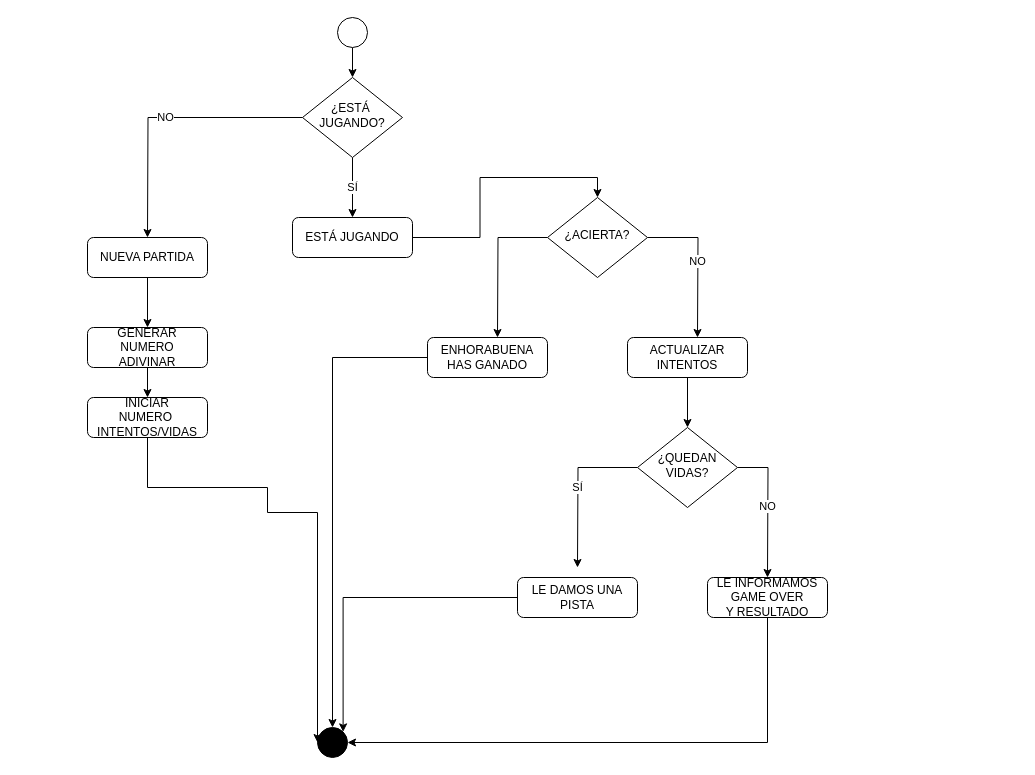
Earlier version of the draw.io diagram proyectoprofe1/DOCU/DIAGRAMA ACTIVIDAD ADIVINA NUM SESSION.drawio (Valexx55/repoclasejava). Source tidied: cells renumbered, new cells numbered last; positions are measured from the earlier drawing's top-left corner, leaving out a move shared by most shapes. Both pictures are drawn from the tidied source at 100%, with x=0, y=0 at pixel (87, 17).
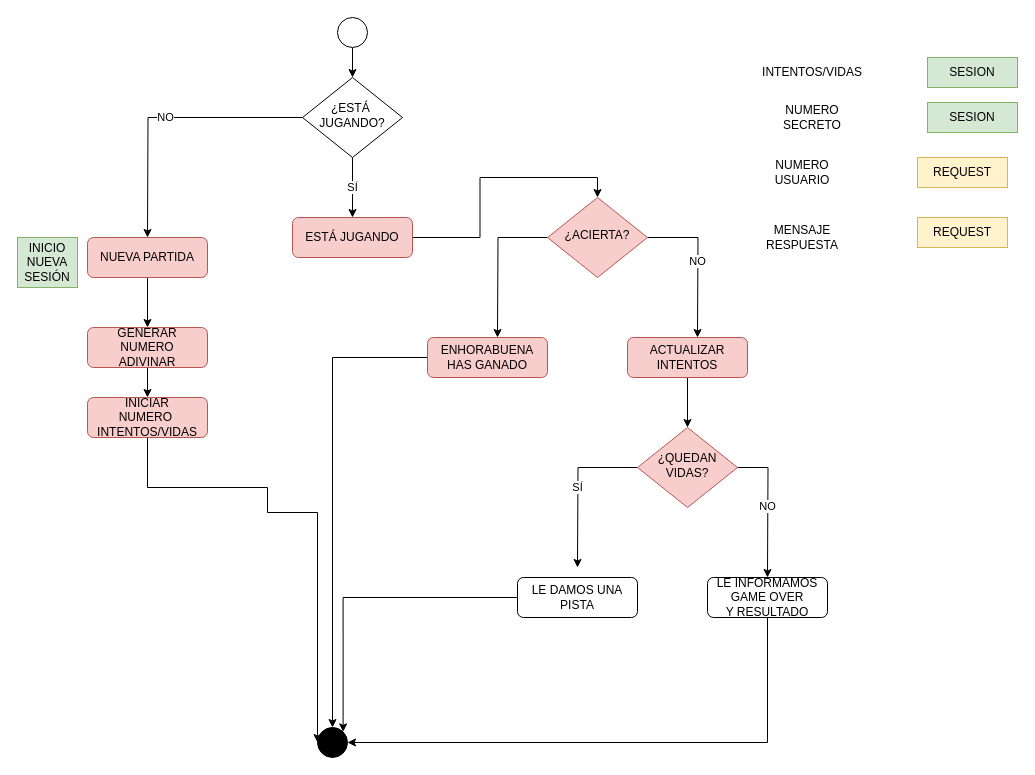
After the change.

Commit message (it also covers changes not shown here):
juego Adivina

The edit, as a diff of the source:
```diff
@@
-    <mxCell id="9" value="NUEVA PARTIDA" style="rounded=1;whiteSpace=wrap;html=1;fontSize=12;glass=0;strokeWidth=1;shadow=0;" parent="1" vertex="1">
+    <mxCell id="9" value="NUEVA PARTIDA" style="rounded=1;whiteSpace=wrap;html=1;fontSize=12;glass=0;strokeWidth=1;shadow=0;fillColor=#f8cecc;strokeColor=#b85450;" parent="1" vertex="1">
       <mxGeometry y="220" width="120" height="40" as="geometry" />
     </mxCell>
@@
-    <mxCell id="11" value="GENERAR&lt;br&gt;NUMERO&lt;br&gt;ADIVINAR" style="rounded=1;whiteSpace=wrap;html=1;fontSize=12;glass=0;strokeWidth=1;shadow=0;" parent="1" vertex="1">
+    <mxCell id="11" value="GENERAR&lt;br&gt;NUMERO&lt;br&gt;ADIVINAR" style="rounded=1;whiteSpace=wrap;html=1;fontSize=12;glass=0;strokeWidth=1;shadow=0;fillColor=#f8cecc;strokeColor=#b85450;" parent="1" vertex="1">
       <mxGeometry y="310" width="120" height="40" as="geometry" />
     </mxCell>
@@
-    <mxCell id="13" value="INICIAR&lt;br&gt;NUMERO&amp;nbsp;&lt;br&gt;INTENTOS/VIDAS" style="rounded=1;whiteSpace=wrap;html=1;fontSize=12;glass=0;strokeWidth=1;shadow=0;" parent="1" vertex="1">
+    <mxCell id="13" value="INICIAR&lt;br&gt;NUMERO&amp;nbsp;&lt;br&gt;INTENTOS/VIDAS" style="rounded=1;whiteSpace=wrap;html=1;fontSize=12;glass=0;strokeWidth=1;shadow=0;fillColor=#f8cecc;strokeColor=#b85450;" parent="1" vertex="1">
       <mxGeometry y="380" width="120" height="40" as="geometry" />
     </mxCell>
@@
-    <mxCell id="15" value="ESTÁ JUGANDO" style="rounded=1;whiteSpace=wrap;html=1;fontSize=12;glass=0;strokeWidth=1;shadow=0;" parent="1" vertex="1">
+    <mxCell id="15" value="ESTÁ JUGANDO" style="rounded=1;whiteSpace=wrap;html=1;fontSize=12;glass=0;strokeWidth=1;shadow=0;fillColor=#f8cecc;strokeColor=#b85450;" parent="1" vertex="1">
       <mxGeometry x="205" y="200" width="120" height="40" as="geometry" />
     </mxCell>
@@
-    <mxCell id="17" value="ACTUALIZAR&lt;br&gt;INTENTOS" style="rounded=1;whiteSpace=wrap;html=1;fontSize=12;glass=0;strokeWidth=1;shadow=0;" parent="1" vertex="1">
+    <mxCell id="17" value="ACTUALIZAR&lt;br&gt;INTENTOS" style="rounded=1;whiteSpace=wrap;html=1;fontSize=12;glass=0;strokeWidth=1;shadow=0;fillColor=#f8cecc;strokeColor=#b85450;" parent="1" vertex="1">
       <mxGeometry x="540" y="320" width="120" height="40" as="geometry" />
     </mxCell>
@@
-    <mxCell id="22" value="¿ACIERTA?" style="rhombus;whiteSpace=wrap;html=1;shadow=0;fontFamily=Helvetica;fontSize=12;align=center;strokeWidth=1;spacing=6;spacingTop=-4;" parent="1" vertex="1">
+    <mxCell id="22" value="¿ACIERTA?" style="rhombus;whiteSpace=wrap;html=1;shadow=0;fontFamily=Helvetica;fontSize=12;align=center;strokeWidth=1;spacing=6;spacingTop=-4;fillColor=#f8cecc;strokeColor=#b85450;" parent="1" vertex="1">
       <mxGeometry x="460" y="180" width="100" height="80" as="geometry" />
     </mxCell>
@@
-    <mxCell id="25" value="¿QUEDAN&lt;br&gt;VIDAS?" style="rhombus;whiteSpace=wrap;html=1;shadow=0;fontFamily=Helvetica;fontSize=12;align=center;strokeWidth=1;spacing=6;spacingTop=-4;" parent="1" vertex="1">
+    <mxCell id="25" value="¿QUEDAN&lt;br&gt;VIDAS?" style="rhombus;whiteSpace=wrap;html=1;shadow=0;fontFamily=Helvetica;fontSize=12;align=center;strokeWidth=1;spacing=6;spacingTop=-4;fillColor=#f8cecc;strokeColor=#b85450;" parent="1" vertex="1">
       <mxGeometry x="550" y="410" width="100" height="80" as="geometry" />
     </mxCell>
@@
-    <mxCell id="29" value="ENHORABUENA&lt;br&gt;HAS GANADO" style="rounded=1;whiteSpace=wrap;html=1;fontSize=12;glass=0;strokeWidth=1;shadow=0;" parent="1" vertex="1">
+    <mxCell id="29" value="ENHORABUENA&lt;br&gt;HAS GANADO" style="rounded=1;whiteSpace=wrap;html=1;fontSize=12;glass=0;strokeWidth=1;shadow=0;fillColor=#f8cecc;strokeColor=#b85450;" parent="1" vertex="1">
       <mxGeometry x="340" y="320" width="120" height="40" as="geometry" />
     </mxCell>
+    <mxCell id="30" value="INTENTOS/VIDAS" style="text;html=1;strokeColor=none;fillColor=none;align=center;verticalAlign=middle;whiteSpace=wrap;rounded=0;" parent="1" vertex="1">
+      <mxGeometry x="680" y="40" width="90" height="30" as="geometry" />
+    </mxCell>
+    <mxCell id="31" value="SESION" style="text;html=1;strokeColor=#82b366;fillColor=#d5e8d4;align=center;verticalAlign=middle;whiteSpace=wrap;rounded=0;" parent="1" vertex="1">
+      <mxGeometry x="840" y="40" width="90" height="30" as="geometry" />
+    </mxCell>
+    <mxCell id="32" value="NUMERO SECRETO" style="text;html=1;strokeColor=none;fillColor=none;align=center;verticalAlign=middle;whiteSpace=wrap;rounded=0;" parent="1" vertex="1">
+      <mxGeometry x="680" y="85" width="90" height="30" as="geometry" />
+    </mxCell>
+    <mxCell id="33" value="SESION" style="text;html=1;strokeColor=#82b366;fillColor=#d5e8d4;align=center;verticalAlign=middle;whiteSpace=wrap;rounded=0;" parent="1" vertex="1">
+      <mxGeometry x="840" y="85" width="90" height="30" as="geometry" />
+    </mxCell>
+    <mxCell id="34" value="NUMERO USUARIO" style="text;html=1;strokeColor=none;fillColor=none;align=center;verticalAlign=middle;whiteSpace=wrap;rounded=0;" parent="1" vertex="1">
+      <mxGeometry x="670" y="140" width="90" height="30" as="geometry" />
+    </mxCell>
+    <mxCell id="35" value="REQUEST" style="text;html=1;strokeColor=#d6b656;fillColor=#fff2cc;align=center;verticalAlign=middle;whiteSpace=wrap;rounded=0;" parent="1" vertex="1">
+      <mxGeometry x="830" y="140" width="90" height="30" as="geometry" />
+    </mxCell>
+    <mxCell id="36" value="MENSAJE&lt;br&gt;RESPUESTA" style="text;html=1;strokeColor=none;fillColor=none;align=center;verticalAlign=middle;whiteSpace=wrap;rounded=0;" parent="1" vertex="1">
+      <mxGeometry x="670" y="205" width="90" height="30" as="geometry" />
+    </mxCell>
+    <mxCell id="37" value="REQUEST" style="text;html=1;strokeColor=#d6b656;fillColor=#fff2cc;align=center;verticalAlign=middle;whiteSpace=wrap;rounded=0;" parent="1" vertex="1">
+      <mxGeometry x="830" y="200" width="90" height="30" as="geometry" />
+    </mxCell>
+    <mxCell id="38" value="INICIO&lt;br&gt;NUEVA SESIÓN" style="text;html=1;strokeColor=#82b366;fillColor=#d5e8d4;align=center;verticalAlign=middle;whiteSpace=wrap;rounded=0;" parent="1" vertex="1">
+      <mxGeometry x="-70" y="220" width="60" height="50" as="geometry" />
+    </mxCell>
```
